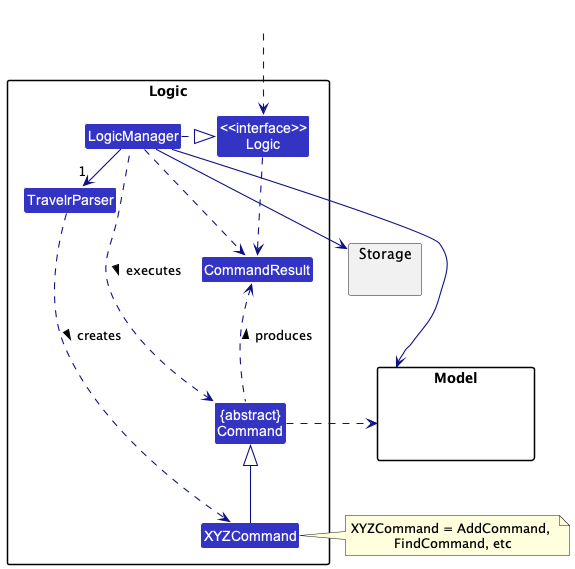
This is docs/images/LogicClassDiagram.png from nus-cs2103-AY2223S1/tp, a PlantUML export, as it was before one commit.
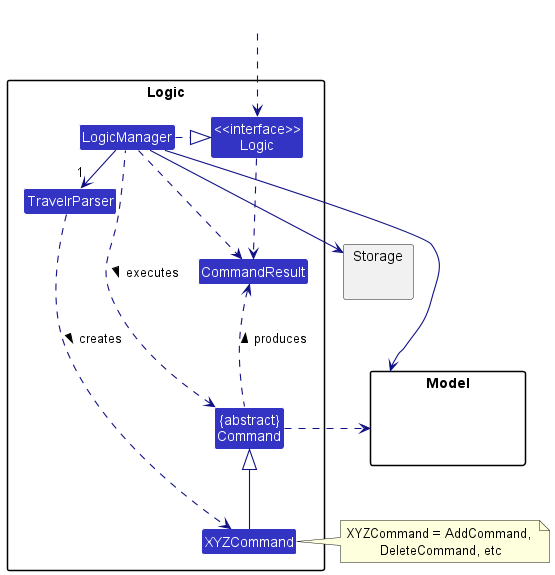
After the commit.

The edit, as a diff of the source:
```diff
@@ -38,7 +38,7 @@
 Storage --[hidden] Model
 Command .[hidden]up.> Storage
 Command .right.> Model
-note right of XYZCommand: XYZCommand = AddCommand, \nFindCommand, etc
+note right of XYZCommand: XYZCommand = AddCommand, \nDeleteCommand, etc
 
 Logic ..> CommandResult
 LogicManager .down.> CommandResult
```
